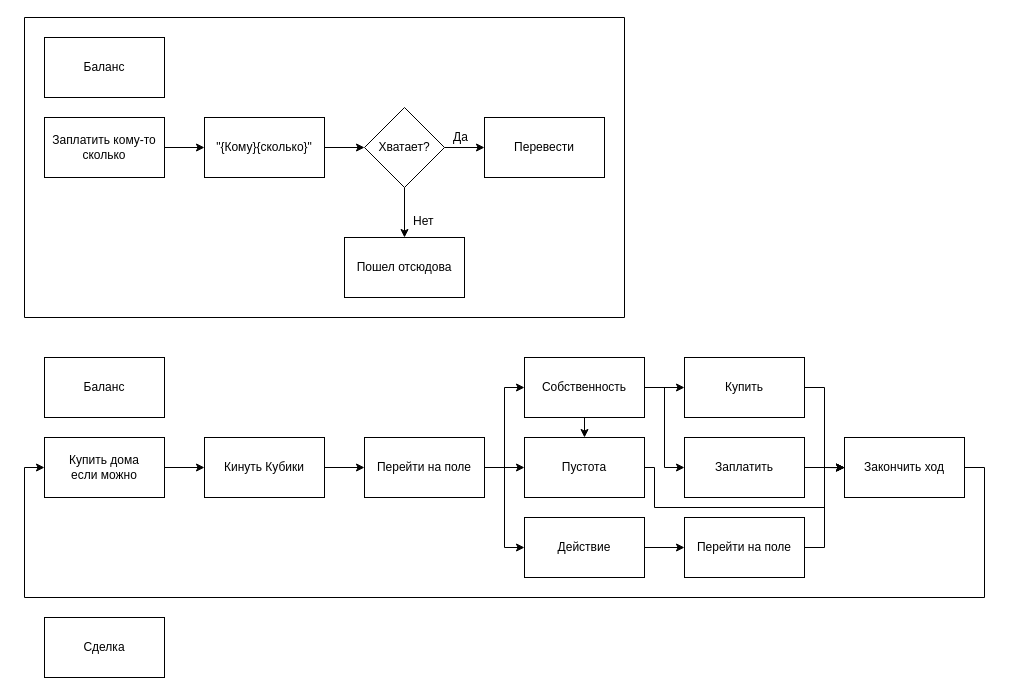
Earlier version of the draw.io diagram MonopolyCircle.drawio (pain-peko/Monopoly-tgbot). Source tidied: cells renumbered, new cells numbered last; positions are measured from the earlier drawing's top-left corner, leaving out a move shared by most shapes. Both pictures are drawn from the tidied source at 100%, with x=0, y=0 at pixel (24, 17).
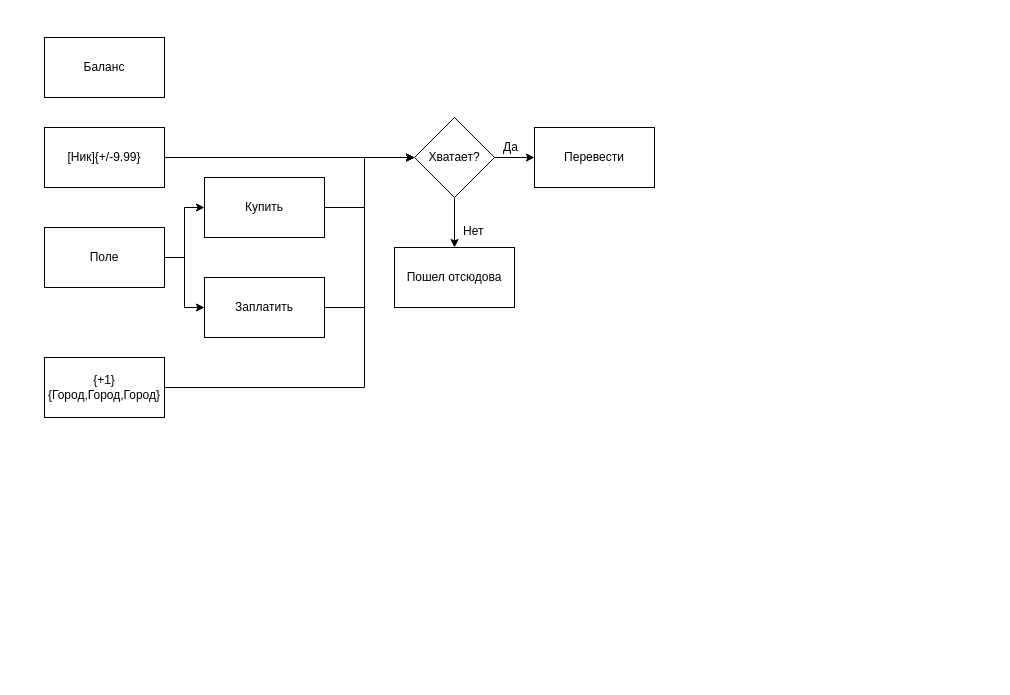
Above is the later version.

The edit, as a diff of the source:
```diff
@@
     <mxCell id="4" style="text;html=1;strokeColor=#000000;fillColor=#ffffff;align=center;verticalAlign=middle;whiteSpace=wrap;rounded=0;fontFamily=Helvetica;fontSize=12;fontColor=#000000;" parent="1" vertex="1">
-      <mxGeometry x="20" y="100" width="120" height="60" as="geometry" />
+      <mxGeometry x="20" y="110" width="120" height="60" as="geometry" />
     </mxCell>
-    <mxCell id="5" style="edgeStyle=orthogonalEdgeStyle;rounded=0;jettySize=auto;html=1;exitX=1;exitY=0.5;exitDx=0;exitDy=0;entryX=0;entryY=0.5;entryDx=0;entryDy=0;" parent="1" edge="1" source="6" target="9">
+    <mxCell id="5" style="edgeStyle=orthogonalEdgeStyle;rounded=0;jettySize=auto;html=1;exitX=1;exitY=0.5;exitDx=0;exitDy=0;entryX=0;entryY=0.5;entryDx=0;entryDy=0;" parent="1" edge="1" source="6" target="12">
       <mxGeometry relative="1" as="geometry" />
     </mxCell>
-    <mxCell id="6" value="Заплатить кому-то сколько" style="text;html=1;strokeColor=none;fillColor=none;align=center;verticalAlign=middle;whiteSpace=wrap;rounded=0;" parent="1" vertex="1">
-      <mxGeometry x="20" y="100" width="120" height="60" as="geometry" />
+    <mxCell id="6" value="[Ник]{+/-9.99}" style="text;html=1;strokeColor=none;fillColor=none;align=center;verticalAlign=middle;whiteSpace=wrap;rounded=0;" parent="1" vertex="1">
+      <mxGeometry x="20" y="110" width="120" height="60" as="geometry" />
     </mxCell>
-    <mxCell id="7" style="text;html=1;strokeColor=#000000;fillColor=#ffffff;align=center;verticalAlign=middle;whiteSpace=wrap;rounded=0;fontFamily=Helvetica;fontSize=12;fontColor=#000000;" parent="1" vertex="1">
-      <mxGeometry x="180" y="100" width="120" height="60" as="geometry" />
-    </mxCell>
-    <mxCell id="8" style="edgeStyle=orthogonalEdgeStyle;rounded=0;jettySize=auto;html=1;exitX=1;exitY=0.5;exitDx=0;exitDy=0;entryX=0;entryY=0.5;entryDx=0;entryDy=0;" parent="1" edge="1" source="9" target="12">
-      <mxGeometry relative="1" as="geometry" />
-    </mxCell>
-    <mxCell id="9" value="&quot;{Кому}{сколько}&quot;" style="text;html=1;strokeColor=none;fillColor=none;align=center;verticalAlign=middle;whiteSpace=wrap;rounded=0;" parent="1" vertex="1">
-      <mxGeometry x="180" y="100" width="120" height="60" as="geometry" />
-    </mxCell>
+    <mxCell id="61" style="text;html=1;strokeColor=#000000;fillColor=#ffffff;align=center;verticalAlign=middle;whiteSpace=wrap;rounded=0;fontFamily=Helvetica;fontSize=12;fontColor=#000000;" parent="1" vertex="1">
+      <mxGeometry x="20" y="210" width="120" height="60" as="geometry" />
+    </mxCell>
+    <mxCell id="62" style="edgeStyle=orthogonalEdgeStyle;rounded=0;jettySize=auto;html=1;exitX=1;exitY=0.5;exitDx=0;exitDy=0;entryX=0;entryY=0.5;entryDx=0;entryDy=0;" parent="1" edge="1" source="64" target="49">
+      <mxGeometry relative="1" as="geometry" />
+    </mxCell>
+    <mxCell id="63" style="edgeStyle=orthogonalEdgeStyle;rounded=0;jettySize=auto;html=1;exitX=1;exitY=0.5;exitDx=0;exitDy=0;entryX=0;entryY=0.5;entryDx=0;entryDy=0;" parent="1" edge="1" source="64" target="52">
+      <mxGeometry relative="1" as="geometry" />
+    </mxCell>
+    <mxCell id="64" value="Поле" style="text;html=1;strokeColor=none;fillColor=none;align=center;verticalAlign=middle;whiteSpace=wrap;rounded=0;" parent="1" vertex="1">
+      <mxGeometry x="20" y="210" width="120" height="60" as="geometry" />
+    </mxCell>
+    <mxCell id="65" style="text;html=1;strokeColor=#000000;fillColor=#ffffff;align=center;verticalAlign=middle;whiteSpace=wrap;rounded=0;fontFamily=Helvetica;fontSize=12;fontColor=#000000;" parent="1" vertex="1">
+      <mxGeometry x="180" y="160" width="120" height="60" as="geometry" />
+    </mxCell>
+    <mxCell id="66" style="edgeStyle=orthogonalEdgeStyle;rounded=0;jettySize=auto;html=1;exitX=1;exitY=0.5;exitDx=0;exitDy=0;entryX=0;entryY=0.5;entryDx=0;entryDy=0;" parent="1" edge="1" source="49" target="12">
+      <mxGeometry relative="1" as="geometry">
+        <Array as="points">
+          <mxPoint x="340" y="190" />
+          <mxPoint x="340" y="140" />
+        </Array>
+      </mxGeometry>
+    </mxCell>
+    <mxCell id="49" value="Купить" style="text;html=1;strokeColor=none;fillColor=none;align=center;verticalAlign=middle;whiteSpace=wrap;rounded=0;" parent="1" vertex="1">
+      <mxGeometry x="180" y="160" width="120" height="60" as="geometry" />
+    </mxCell>
+    <mxCell id="67" style="text;html=1;strokeColor=#000000;fillColor=#ffffff;align=center;verticalAlign=middle;whiteSpace=wrap;rounded=0;fontFamily=Helvetica;fontSize=12;fontColor=#000000;" parent="1" vertex="1">
+      <mxGeometry x="180" y="260" width="120" height="60" as="geometry" />
+    </mxCell>
+    <mxCell id="68" style="edgeStyle=orthogonalEdgeStyle;rounded=0;jettySize=auto;html=1;exitX=1;exitY=0.5;exitDx=0;exitDy=0;entryX=0;entryY=0.5;entryDx=0;entryDy=0;" parent="1" edge="1" source="52" target="12">
+      <mxGeometry relative="1" as="geometry">
+        <Array as="points">
+          <mxPoint x="340" y="290" />
+          <mxPoint x="340" y="140" />
+        </Array>
+      </mxGeometry>
+    </mxCell>
+    <mxCell id="52" value="Заплатить" style="text;html=1;strokeColor=none;fillColor=none;align=center;verticalAlign=middle;whiteSpace=wrap;rounded=0;" parent="1" vertex="1">
+      <mxGeometry x="180" y="260" width="120" height="60" as="geometry" />
+    </mxCell>
@@
     <mxCell id="12" value="Хватает?" style="rhombus;whiteSpace=wrap;html=1;" parent="1" vertex="1">
-      <mxGeometry x="340" y="90" width="80" height="80" as="geometry" />
+      <mxGeometry x="390" y="100" width="80" height="80" as="geometry" />
     </mxCell>
     <mxCell id="13" value="Нет" style="text;html=1;align=left;verticalAlign=top;spacingTop=-4;" parent="1" vertex="1">
-      <mxGeometry x="387" y="194" width="40" height="20" as="geometry" />
+      <mxGeometry x="437" y="204" width="40" height="20" as="geometry" />
     </mxCell>
-    <mxCell id="14" style="text;html=1;strokeColor=#000000;fillColor=#ffffff;align=center;verticalAlign=middle;whiteSpace=wrap;rounded=0;fontFamily=Helvetica;fontSize=12;fontColor=#000000;" parent="1" vertex="1">
-      <mxGeometry x="320" y="220" width="120" height="60" as="geometry" />
-    </mxCell>
+    <mxCell id="69" style="text;html=1;strokeColor=#000000;fillColor=#ffffff;align=center;verticalAlign=middle;whiteSpace=wrap;rounded=0;fontFamily=Helvetica;fontSize=12;fontColor=#000000;" parent="1" vertex="1">
+      <mxGeometry x="370" y="230" width="120" height="60" as="geometry" />
+    </mxCell>
     <mxCell id="15" value="Пошел отсюдова" style="text;html=1;strokeColor=none;fillColor=none;align=center;verticalAlign=middle;whiteSpace=wrap;rounded=0;" parent="1" vertex="1">
-      <mxGeometry x="320" y="220" width="120" height="60" as="geometry" />
+      <mxGeometry x="370" y="230" width="120" height="60" as="geometry" />
     </mxCell>
-    <mxCell id="16" style="text;html=1;strokeColor=#000000;fillColor=#ffffff;align=center;verticalAlign=middle;whiteSpace=wrap;rounded=0;fontFamily=Helvetica;fontSize=12;fontColor=#000000;" parent="1" vertex="1">
-      <mxGeometry x="460" y="100" width="120" height="60" as="geometry" />
-    </mxCell>
+    <mxCell id="70" style="text;html=1;strokeColor=#000000;fillColor=#ffffff;align=center;verticalAlign=middle;whiteSpace=wrap;rounded=0;fontFamily=Helvetica;fontSize=12;fontColor=#000000;" parent="1" vertex="1">
+      <mxGeometry x="510" y="110" width="120" height="60" as="geometry" />
+    </mxCell>
     <mxCell id="17" value="Перевести" style="text;html=1;strokeColor=none;fillColor=none;align=center;verticalAlign=middle;whiteSpace=wrap;rounded=0;" parent="1" vertex="1">
-      <mxGeometry x="460" y="100" width="120" height="60" as="geometry" />
+      <mxGeometry x="510" y="110" width="120" height="60" as="geometry" />
     </mxCell>
     <mxCell id="18" value="Да" style="text;html=1;align=left;verticalAlign=top;spacingTop=-4;" parent="1" vertex="1">
-      <mxGeometry x="427" y="110" width="30" height="20" as="geometry" />
+      <mxGeometry x="477" y="120" width="30" height="20" as="geometry" />
     </mxCell>
-    <mxCell id="19" style="endArrow=none;html=1;" parent="1" edge="1">
-      <mxGeometry relative="1" as="geometry">
-        <mxPoint y="300" as="sourcePoint" />
-        <mxPoint as="targetPoint" />
-      </mxGeometry>
-    </mxCell>
-    <mxCell id="20" style="endArrow=none;html=1;" parent="1" edge="1">
-      <mxGeometry relative="1" as="geometry">
-        <mxPoint x="600" as="sourcePoint" />
-        <mxPoint as="targetPoint" />
-      </mxGeometry>
-    </mxCell>
-    <mxCell id="21" style="endArrow=none;html=1;" parent="1" edge="1">
-      <mxGeometry relative="1" as="geometry">
-        <mxPoint x="600" as="sourcePoint" />
-        <mxPoint x="600" y="300" as="targetPoint" />
-      </mxGeometry>
-    </mxCell>
-    <mxCell id="22" style="endArrow=none;html=1;" parent="1" edge="1">
-      <mxGeometry relative="1" as="geometry">
-        <mxPoint x="600" y="300" as="sourcePoint" />
-        <mxPoint y="300" as="targetPoint" />
-      </mxGeometry>
-    </mxCell>
@@
-    <mxCell id="24" value="Баланс" style="text;html=1;strokeColor=none;fillColor=none;align=center;verticalAlign=middle;whiteSpace=wrap;rounded=0;" parent="1" vertex="1">
-      <mxGeometry x="20" y="340" width="120" height="60" as="geometry" />
-    </mxCell>
-    <mxCell id="25" style="text;html=1;strokeColor=#000000;fillColor=#ffffff;align=center;verticalAlign=middle;whiteSpace=wrap;rounded=0;fontFamily=Helvetica;fontSize=12;fontColor=#000000;" parent="1" vertex="1">
-      <mxGeometry x="180" y="420" width="120" height="60" as="geometry" />
-    </mxCell>
-    <mxCell id="26" style="edgeStyle=orthogonalEdgeStyle;rounded=0;jettySize=auto;html=1;exitX=1;exitY=0.5;exitDx=0;exitDy=0;entryX=0;entryY=0.5;entryDx=0;entryDy=0;" parent="1" edge="1" source="27" target="35">
-      <mxGeometry relative="1" as="geometry" />
-    </mxCell>
-    <mxCell id="27" value="Кинуть Кубики" style="text;html=1;strokeColor=none;fillColor=none;align=center;verticalAlign=middle;whiteSpace=wrap;rounded=0;" parent="1" vertex="1">
-      <mxGeometry x="180" y="420" width="120" height="60" as="geometry" />
-    </mxCell>
-    <mxCell id="28" style="text;html=1;strokeColor=#000000;fillColor=#ffffff;align=center;verticalAlign=middle;whiteSpace=wrap;rounded=0;fontFamily=Helvetica;fontSize=12;fontColor=#000000;" parent="1" vertex="1">
-      <mxGeometry x="20" y="420" width="120" height="60" as="geometry" />
-    </mxCell>
-    <mxCell id="29" style="edgeStyle=orthogonalEdgeStyle;rounded=0;jettySize=auto;html=1;exitX=1;exitY=0.5;exitDx=0;exitDy=0;entryX=0;entryY=0.5;entryDx=0;entryDy=0;" parent="1" edge="1" source="30" target="27">
-      <mxGeometry relative="1" as="geometry" />
-    </mxCell>
-    <mxCell id="30" value="Купить дома&lt;br&gt;если можно" style="text;html=1;strokeColor=none;fillColor=none;align=center;verticalAlign=middle;whiteSpace=wrap;rounded=0;" parent="1" vertex="1">
-      <mxGeometry x="20" y="420" width="120" height="60" as="geometry" />
-    </mxCell>
-    <mxCell id="31" style="text;html=1;strokeColor=#000000;fillColor=#ffffff;align=center;verticalAlign=middle;whiteSpace=wrap;rounded=0;fontFamily=Helvetica;fontSize=12;fontColor=#000000;" parent="1" vertex="1">
-      <mxGeometry x="340" y="420" width="120" height="60" as="geometry" />
-    </mxCell>
-    <mxCell id="32" style="edgeStyle=orthogonalEdgeStyle;rounded=0;jettySize=auto;html=1;exitX=1;exitY=0.5;exitDx=0;exitDy=0;entryX=0;entryY=0.5;entryDx=0;entryDy=0;" parent="1" edge="1" source="35" target="40">
-      <mxGeometry relative="1" as="geometry" />
-    </mxCell>
-    <mxCell id="33" style="edgeStyle=orthogonalEdgeStyle;rounded=0;jettySize=auto;html=1;exitX=1;exitY=0.5;exitDx=0;exitDy=0;entryX=0;entryY=0.5;entryDx=0;entryDy=0;" parent="1" edge="1" source="35" target="43">
-      <mxGeometry relative="1" as="geometry" />
-    </mxCell>
-    <mxCell id="34" style="edgeStyle=orthogonalEdgeStyle;rounded=0;jettySize=auto;html=1;exitX=1;exitY=0.5;exitDx=0;exitDy=0;entryX=0;entryY=0.5;entryDx=0;entryDy=0;" parent="1" edge="1" source="35" target="46">
-      <mxGeometry relative="1" as="geometry" />
-    </mxCell>
-    <mxCell id="35" value="Перейти на поле" style="text;html=1;strokeColor=none;fillColor=none;align=center;verticalAlign=middle;whiteSpace=wrap;rounded=0;" parent="1" vertex="1">
-      <mxGeometry x="340" y="420" width="120" height="60" as="geometry" />
-    </mxCell>
-    <mxCell id="36" style="text;html=1;strokeColor=#000000;fillColor=#ffffff;align=center;verticalAlign=middle;whiteSpace=wrap;rounded=0;fontFamily=Helvetica;fontSize=12;fontColor=#000000;" parent="1" vertex="1">
-      <mxGeometry x="500" y="340" width="120" height="60" as="geometry" />
-    </mxCell>
-    <mxCell id="37" style="edgeStyle=orthogonalEdgeStyle;rounded=0;jettySize=auto;html=1;exitX=1;exitY=0.5;exitDx=0;exitDy=0;entryX=0;entryY=0.5;entryDx=0;entryDy=0;" parent="1" edge="1" source="40" target="49">
-      <mxGeometry relative="1" as="geometry" />
-    </mxCell>
-    <mxCell id="38" style="edgeStyle=orthogonalEdgeStyle;rounded=0;jettySize=auto;html=1;exitX=1;exitY=0.5;exitDx=0;exitDy=0;entryX=0;entryY=0.5;entryDx=0;entryDy=0;" parent="1" edge="1" source="40" target="52">
-      <mxGeometry relative="1" as="geometry" />
-    </mxCell>
-    <mxCell id="39" style="edgeStyle=orthogonalEdgeStyle;rounded=0;jettySize=auto;html=1;exitX=0.5;exitY=1;exitDx=0;exitDy=0;entryX=0.5;entryY=0;entryDx=0;entryDy=0;" parent="1" edge="1" source="40" target="43">
-      <mxGeometry relative="1" as="geometry" />
-    </mxCell>
-    <mxCell id="40" value="Собственность" style="text;html=1;strokeColor=none;fillColor=none;align=center;verticalAlign=middle;whiteSpace=wrap;rounded=0;" parent="1" vertex="1">
-      <mxGeometry x="500" y="340" width="120" height="60" as="geometry" />
-    </mxCell>
-    <mxCell id="41" style="text;html=1;strokeColor=#000000;fillColor=#ffffff;align=center;verticalAlign=middle;whiteSpace=wrap;rounded=0;fontFamily=Helvetica;fontSize=12;fontColor=#000000;" parent="1" vertex="1">
-      <mxGeometry x="500" y="420" width="120" height="60" as="geometry" />
-    </mxCell>
-    <mxCell id="42" style="edgeStyle=orthogonalEdgeStyle;rounded=0;jettySize=auto;html=1;exitX=1;exitY=0.5;exitDx=0;exitDy=0;entryX=0;entryY=0.5;entryDx=0;entryDy=0;" parent="1" edge="1" source="43" target="58">
-      <mxGeometry relative="1" as="geometry">
-        <Array as="points">
-          <mxPoint x="630" y="450" />
-          <mxPoint x="630" y="490" />
-          <mxPoint x="800" y="490" />
-          <mxPoint x="800" y="450" />
-        </Array>
-      </mxGeometry>
-    </mxCell>
-    <mxCell id="43" value="Пустота" style="text;html=1;strokeColor=none;fillColor=none;align=center;verticalAlign=middle;whiteSpace=wrap;rounded=0;" parent="1" vertex="1">
-      <mxGeometry x="500" y="420" width="120" height="60" as="geometry" />
-    </mxCell>
-    <mxCell id="44" style="text;html=1;strokeColor=#000000;fillColor=#ffffff;align=center;verticalAlign=middle;whiteSpace=wrap;rounded=0;fontFamily=Helvetica;fontSize=12;fontColor=#000000;" parent="1" vertex="1">
-      <mxGeometry x="500" y="500" width="120" height="60" as="geometry" />
-    </mxCell>
-    <mxCell id="45" style="edgeStyle=orthogonalEdgeStyle;rounded=0;jettySize=auto;html=1;exitX=1;exitY=0.5;exitDx=0;exitDy=0;entryX=0;entryY=0.5;entryDx=0;entryDy=0;" parent="1" edge="1" source="46" target="55">
-      <mxGeometry relative="1" as="geometry" />
-    </mxCell>
-    <mxCell id="46" value="Действие" style="text;html=1;strokeColor=none;fillColor=none;align=center;verticalAlign=middle;whiteSpace=wrap;rounded=0;" parent="1" vertex="1">
-      <mxGeometry x="500" y="500" width="120" height="60" as="geometry" />
-    </mxCell>
-    <mxCell id="47" style="text;html=1;strokeColor=#000000;fillColor=#ffffff;align=center;verticalAlign=middle;whiteSpace=wrap;rounded=0;fontFamily=Helvetica;fontSize=12;fontColor=#000000;" parent="1" vertex="1">
-      <mxGeometry x="660" y="340" width="120" height="60" as="geometry" />
-    </mxCell>
-    <mxCell id="48" style="edgeStyle=orthogonalEdgeStyle;rounded=0;jettySize=auto;html=1;exitX=1;exitY=0.5;exitDx=0;exitDy=0;entryX=0;entryY=0.5;entryDx=0;entryDy=0;" parent="1" edge="1" source="49" target="58">
-      <mxGeometry relative="1" as="geometry" />
-    </mxCell>
-    <mxCell id="49" value="Купить" style="text;html=1;strokeColor=none;fillColor=none;align=center;verticalAlign=middle;whiteSpace=wrap;rounded=0;" parent="1" vertex="1">
-      <mxGeometry x="660" y="340" width="120" height="60" as="geometry" />
-    </mxCell>
-    <mxCell id="50" style="text;html=1;strokeColor=#000000;fillColor=#ffffff;align=center;verticalAlign=middle;whiteSpace=wrap;rounded=0;fontFamily=Helvetica;fontSize=12;fontColor=#000000;" parent="1" vertex="1">
-      <mxGeometry x="660" y="420" width="120" height="60" as="geometry" />
-    </mxCell>
-    <mxCell id="51" style="edgeStyle=orthogonalEdgeStyle;rounded=0;jettySize=auto;html=1;exitX=1;exitY=0.5;exitDx=0;exitDy=0;" parent="1" edge="1" source="52">
-      <mxGeometry relative="1" as="geometry">
-        <mxPoint x="820.1" y="450.3" as="targetPoint" />
-      </mxGeometry>
-    </mxCell>
-    <mxCell id="52" value="Заплатить" style="text;html=1;strokeColor=none;fillColor=none;align=center;verticalAlign=middle;whiteSpace=wrap;rounded=0;" parent="1" vertex="1">
-      <mxGeometry x="660" y="420" width="120" height="60" as="geometry" />
-    </mxCell>
-    <mxCell id="53" style="text;html=1;strokeColor=#000000;fillColor=#ffffff;align=center;verticalAlign=middle;whiteSpace=wrap;rounded=0;fontFamily=Helvetica;fontSize=12;fontColor=#000000;" parent="1" vertex="1">
-      <mxGeometry x="660" y="500" width="120" height="60" as="geometry" />
-    </mxCell>
-    <mxCell id="54" style="edgeStyle=orthogonalEdgeStyle;rounded=0;jettySize=auto;html=1;exitX=1;exitY=0.5;exitDx=0;exitDy=0;entryX=0;entryY=0.5;entryDx=0;entryDy=0;" parent="1" edge="1" source="55" target="58">
-      <mxGeometry relative="1" as="geometry" />
-    </mxCell>
-    <mxCell id="55" value="Перейти на поле" style="text;html=1;strokeColor=none;fillColor=none;align=center;verticalAlign=middle;whiteSpace=wrap;rounded=0;" parent="1" vertex="1">
-      <mxGeometry x="660" y="500" width="120" height="60" as="geometry" />
-    </mxCell>
-    <mxCell id="56" style="text;html=1;strokeColor=#000000;fillColor=#ffffff;align=center;verticalAlign=middle;whiteSpace=wrap;rounded=0;fontFamily=Helvetica;fontSize=12;fontColor=#000000;" parent="1" vertex="1">
-      <mxGeometry x="820" y="420" width="120" height="60" as="geometry" />
-    </mxCell>
-    <mxCell id="57" style="edgeStyle=orthogonalEdgeStyle;rounded=0;jettySize=auto;html=1;exitX=1;exitY=0.5;exitDx=0;exitDy=0;entryX=0;entryY=0.5;entryDx=0;entryDy=0;" parent="1" edge="1" source="58" target="30">
-      <mxGeometry relative="1" as="geometry">
-        <Array as="points">
-          <mxPoint x="960" y="450" />
-          <mxPoint x="960" y="580" />
-          <mxPoint y="580" />
-          <mxPoint y="450" />
-        </Array>
-      </mxGeometry>
-    </mxCell>
-    <mxCell id="58" value="Закончить ход" style="text;html=1;strokeColor=none;fillColor=none;align=center;verticalAlign=middle;whiteSpace=wrap;rounded=0;" parent="1" vertex="1">
-      <mxGeometry x="820" y="420" width="120" height="60" as="geometry" />
-    </mxCell>
-    <mxCell id="59" style="text;html=1;strokeColor=#000000;fillColor=#ffffff;align=center;verticalAlign=middle;whiteSpace=wrap;rounded=0;fontFamily=Helvetica;fontSize=12;fontColor=#000000;" parent="1" vertex="1">
-      <mxGeometry x="20" y="600" width="120" height="60" as="geometry" />
-    </mxCell>
-    <mxCell id="60" value="Сделка" style="text;html=1;strokeColor=none;fillColor=none;align=center;verticalAlign=middle;whiteSpace=wrap;rounded=0;" parent="1" vertex="1">
-      <mxGeometry x="20" y="600" width="120" height="60" as="geometry" />
-    </mxCell>
+    <mxCell id="71" style="edgeStyle=orthogonalEdgeStyle;rounded=0;jettySize=auto;html=1;exitX=1;exitY=0.5;exitDx=0;exitDy=0;entryX=0;entryY=0.5;entryDx=0;entryDy=0;" parent="1" edge="1" source="72" target="12">
+      <mxGeometry relative="1" as="geometry">
+        <Array as="points">
+          <mxPoint x="340" y="370" />
+          <mxPoint x="340" y="140" />
+        </Array>
+      </mxGeometry>
+    </mxCell>
+    <mxCell id="72" value="{+1}{Город,Город,Город}" style="text;html=1;strokeColor=none;fillColor=none;align=center;verticalAlign=middle;whiteSpace=wrap;rounded=0;" parent="1" vertex="1">
+      <mxGeometry x="20" y="340" width="120" height="60" as="geometry" />
+    </mxCell>
```
